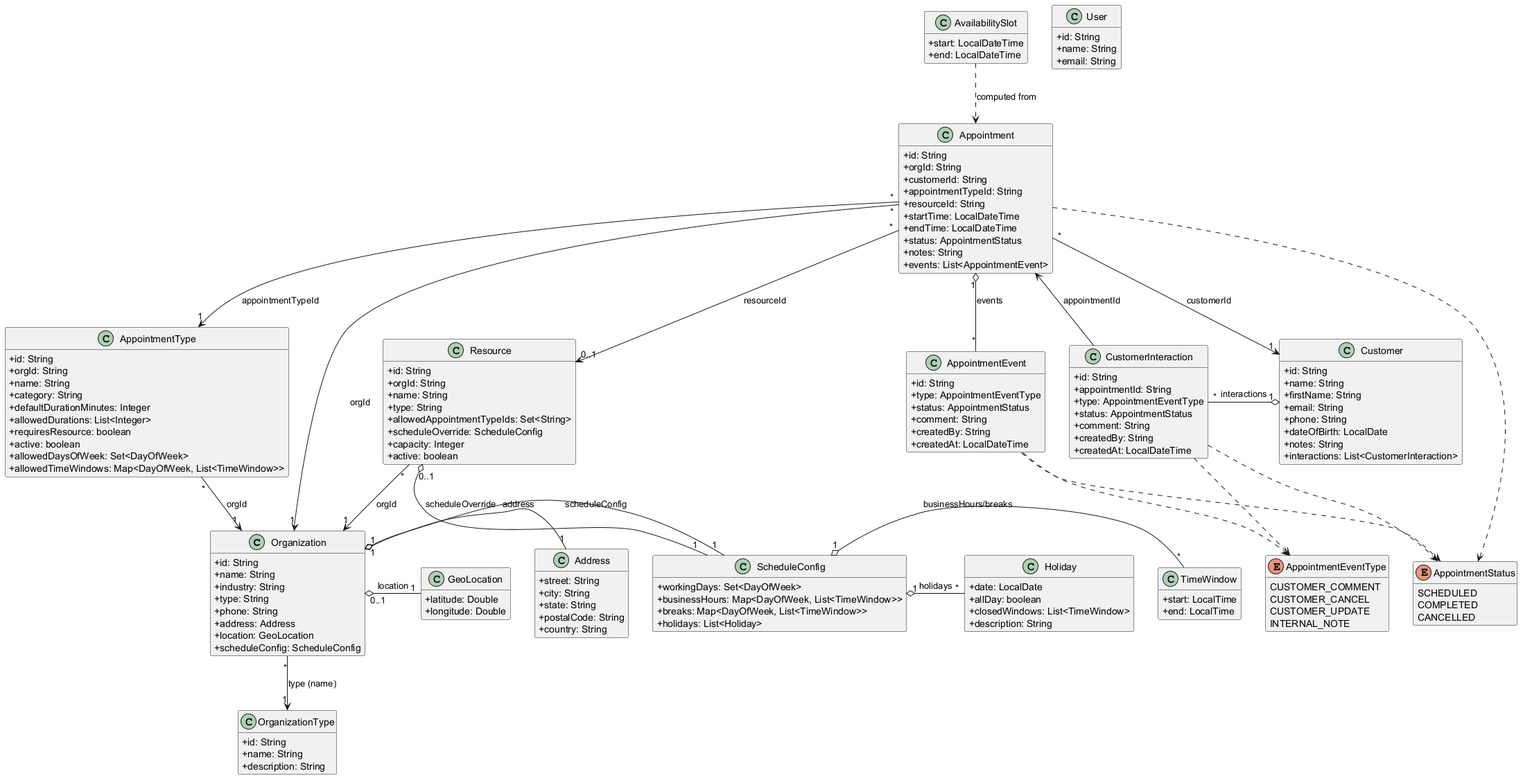
This is demo/docs/models.png from imotepe/springWebApp, a PlantUML export, as it was before one commit.
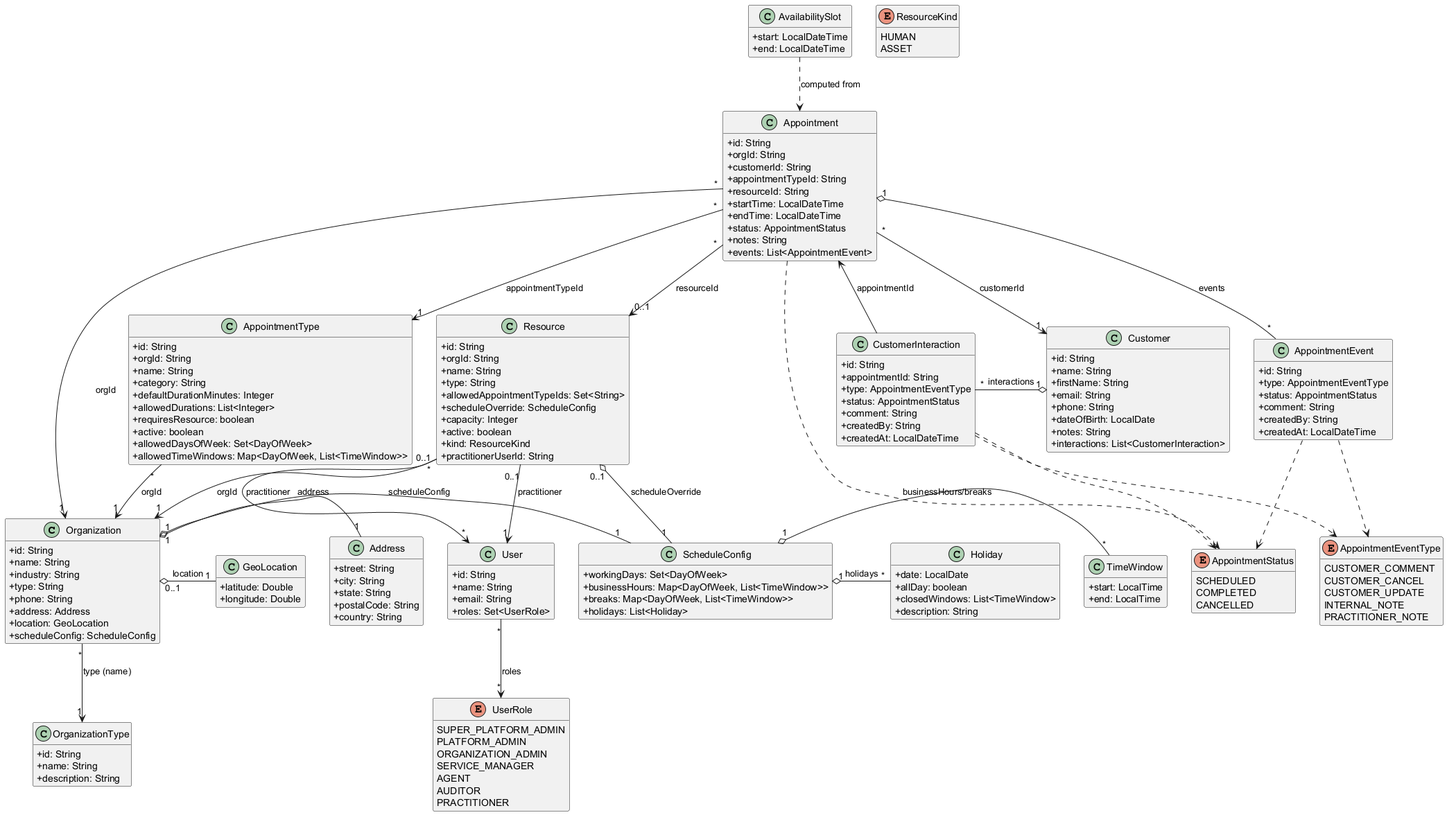
The same diagram one commit later.

The edit, as a diff of the source:
```diff
@@ -71,6 +71,7 @@
   CUSTOMER_CANCEL
   CUSTOMER_UPDATE
   INTERNAL_NOTE
+  PRACTITIONER_NOTE
 }
 
 class CustomerInteraction {
@@ -92,6 +93,8 @@
   +scheduleOverride: ScheduleConfig
   +capacity: Integer
   +active: boolean
+  +kind: ResourceKind
+  +practitionerUserId: String
 }
 
 class Customer {
@@ -109,12 +112,28 @@
   +id: String
   +name: String
   +email: String
+  +roles: Set<UserRole>
 }
 
 enum AppointmentStatus {
   SCHEDULED
   COMPLETED
   CANCELLED
+}
+
+enum UserRole {
+  SUPER_PLATFORM_ADMIN
+  PLATFORM_ADMIN
+  ORGANIZATION_ADMIN
+  SERVICE_MANAGER
+  AGENT
+  AUDITOR
+  PRACTITIONER
+}
+
+enum ResourceKind {
+  HUMAN
+  ASSET
 }
 
 class Appointment {
@@ -161,6 +180,7 @@
 
 AppointmentType "*" --> "1" Organization : orgId
 Resource "*" --> "1" Organization : orgId
+Resource "0..1" --> "1" User : practitioner
 
 AvailabilitySlot ..> Appointment : computed from
 
@@ -168,5 +188,7 @@
 CustomerInteraction --> Appointment : appointmentId
 CustomerInteraction ..> AppointmentEventType
 CustomerInteraction ..> AppointmentStatus
+User "*" --> "*" UserRole : roles
+User "*" <-- "0..1" Resource : practitioner
 
 @enduml
```
